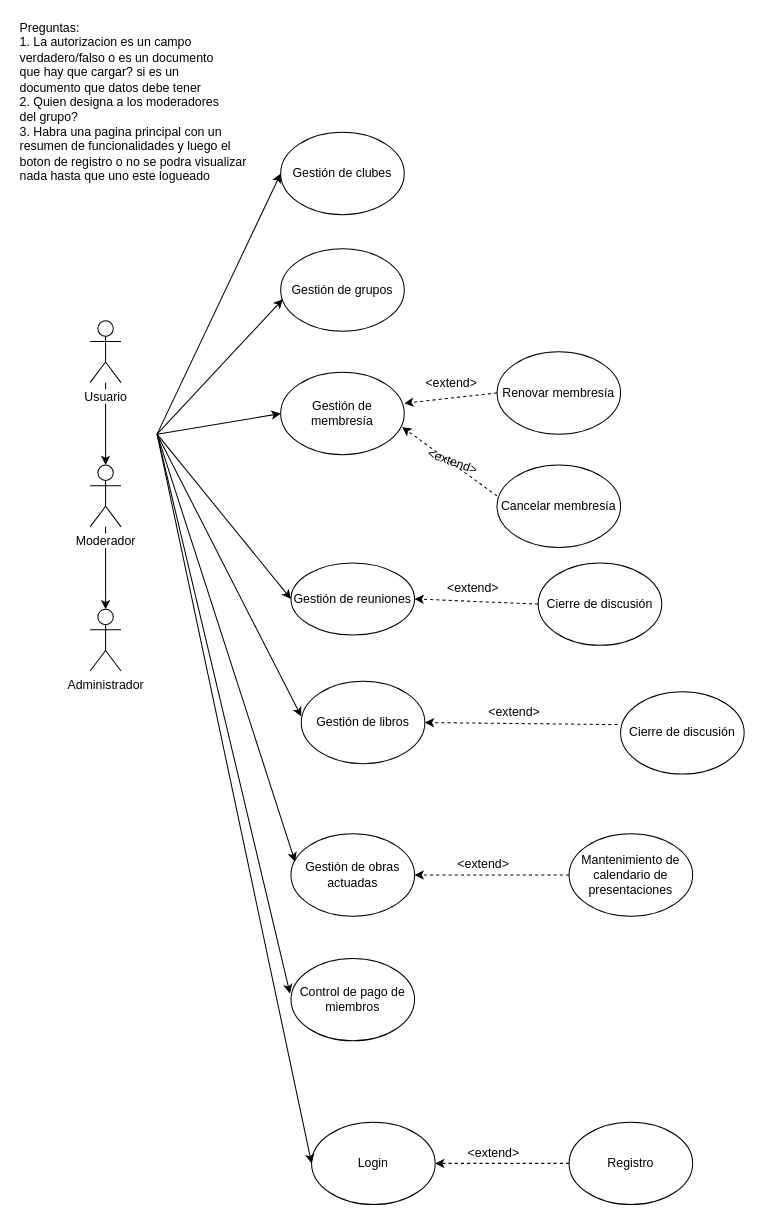
Before: DB I/RC UC.drawio in NeutronBlast/IS-Ex, a draw.io diagram. Source tidied: cells renumbered, new cells numbered last; positions are measured from the earlier drawing's top-left corner, leaving out a move shared by most shapes. Both pictures are drawn from the tidied source at 103%, with x=0, y=0 at pixel (18, 18).
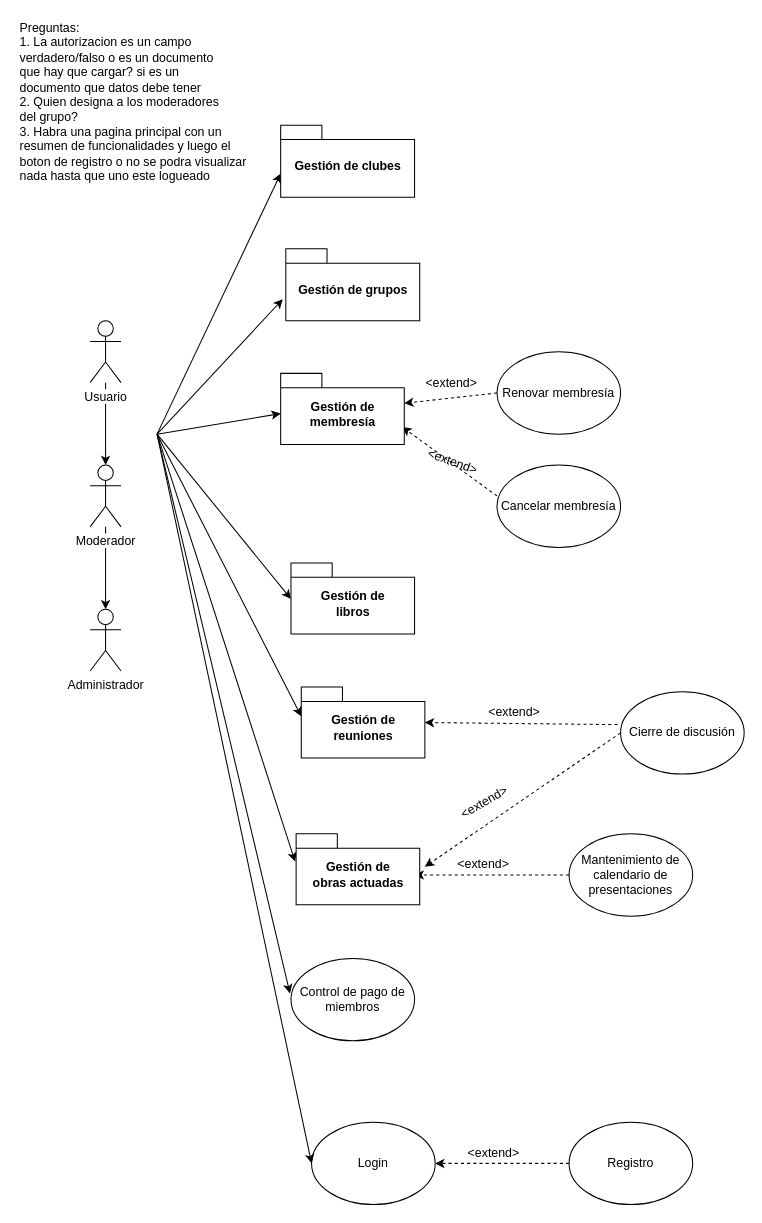
After the change.

Commit message:
added package icons to use cases that have CRUD

The change refers to these unchanged cells:
```xml
<mxCell id="10" value="Renovar membresía" style="ellipse;whiteSpace=wrap;html=1;" parent="1" vertex="1">
  <mxGeometry x="465" y="324" width="120" height="80" as="geometry" />
</mxCell>
<mxCell id="11" value="Cancelar membresía" style="ellipse;whiteSpace=wrap;html=1;" parent="1" vertex="1">
  <mxGeometry x="465" y="434" width="120" height="80" as="geometry" />
</mxCell>
<mxCell id="16" value="Cierre de discusión" style="ellipse;whiteSpace=wrap;html=1;" parent="1" vertex="1">
  <mxGeometry x="585" y="654" width="120" height="80" as="geometry" />
</mxCell>
<mxCell id="19" value="Mantenimiento de calendario de presentaciones" style="ellipse;whiteSpace=wrap;html=1;" parent="1" vertex="1">
  <mxGeometry x="535" y="792" width="120" height="80" as="geometry" />
</mxCell>
```

Diff of the diagram source:
```diff
@@
-    <mxCell id="7" value="Gestión de grupos" style="ellipse;whiteSpace=wrap;html=1;" parent="1" vertex="1">
-      <mxGeometry x="255" y="224" width="120" height="80" as="geometry" />
-    </mxCell>
-    <mxCell id="8" value="Gestión de membresía" style="ellipse;whiteSpace=wrap;html=1;" parent="1" vertex="1">
-      <mxGeometry x="255" y="344" width="120" height="80" as="geometry" />
-    </mxCell>
@@
-    <mxCell id="12" value="Gestión de reuniones" style="ellipse;whiteSpace=wrap;html=1;" parent="1" vertex="1">
-      <mxGeometry x="265" y="529" width="120" height="70" as="geometry" />
-    </mxCell>
-    <mxCell id="13" value="Gestión de libros" style="ellipse;whiteSpace=wrap;html=1;" parent="1" vertex="1">
-      <mxGeometry x="275" y="644" width="120" height="80" as="geometry" />
-    </mxCell>
-    <mxCell id="14" value="Cierre de discusión" style="ellipse;whiteSpace=wrap;html=1;" parent="1" vertex="1">
-      <mxGeometry x="505" y="529" width="120" height="80" as="geometry" />
-    </mxCell>
-    <mxCell id="15" value="Gestión de obras actuadas" style="ellipse;whiteSpace=wrap;html=1;" parent="1" vertex="1">
-      <mxGeometry x="265" y="792" width="120" height="80" as="geometry" />
-    </mxCell>
@@
-    <mxCell id="17" value="Gestión de clubes" style="ellipse;whiteSpace=wrap;html=1;" parent="1" vertex="1">
-      <mxGeometry x="255" y="111" width="120" height="80" as="geometry" />
-    </mxCell>
@@
-    <mxCell id="22" style="endArrow=classic;html=1;entryX=0;entryY=0.5;entryDx=0;entryDy=0;" parent="1" edge="1" target="17">
+    <mxCell id="22" style="endArrow=classic;html=1;entryX=0;entryY=0.5;entryDx=0;entryDy=0;" parent="1" edge="1">
       <mxGeometry relative="1" as="geometry">
         <mxPoint x="135" y="404" as="sourcePoint" />
+        <mxPoint x="255" y="151" as="targetPoint" />
       </mxGeometry>
     </mxCell>
-    <mxCell id="23" style="endArrow=classic;html=1;entryX=0.017;entryY=0.613;entryDx=0;entryDy=0;entryPerimeter=0;" parent="1" edge="1" target="7">
+    <mxCell id="23" style="endArrow=classic;html=1;entryX=0.017;entryY=0.613;entryDx=0;entryDy=0;entryPerimeter=0;" parent="1" edge="1">
       <mxGeometry relative="1" as="geometry">
         <mxPoint x="135" y="404" as="sourcePoint" />
+        <mxPoint x="257" y="273" as="targetPoint" />
       </mxGeometry>
     </mxCell>
-    <mxCell id="24" style="endArrow=classic;html=1;entryX=0;entryY=0.5;entryDx=0;entryDy=0;" parent="1" edge="1" target="8">
+    <mxCell id="24" style="endArrow=classic;html=1;entryX=0;entryY=0.5;entryDx=0;entryDy=0;" parent="1" edge="1">
       <mxGeometry relative="1" as="geometry">
         <mxPoint x="135" y="404" as="sourcePoint" />
+        <mxPoint x="255" y="384" as="targetPoint" />
       </mxGeometry>
     </mxCell>
-    <mxCell id="25" style="endArrow=classic;html=1;entryX=0;entryY=0.5;entryDx=0;entryDy=0;" parent="1" edge="1" target="12">
+    <mxCell id="25" style="endArrow=classic;html=1;entryX=0;entryY=0.5;entryDx=0;entryDy=0;" parent="1" edge="1">
       <mxGeometry relative="1" as="geometry">
         <mxPoint x="135" y="404" as="sourcePoint" />
+        <mxPoint x="265" y="564" as="targetPoint" />
       </mxGeometry>
     </mxCell>
@@
-    <mxCell id="28" style="endArrow=classic;html=1;entryX=0;entryY=0.425;entryDx=0;entryDy=0;entryPerimeter=0;" parent="1" edge="1" target="13">
+    <mxCell id="28" style="endArrow=classic;html=1;entryX=0;entryY=0.425;entryDx=0;entryDy=0;entryPerimeter=0;" parent="1" edge="1">
       <mxGeometry relative="1" as="geometry">
         <mxPoint x="135" y="404" as="sourcePoint" />
+        <mxPoint x="275" y="678" as="targetPoint" />
       </mxGeometry>
     </mxCell>
-    <mxCell id="29" style="endArrow=classic;html=1;entryX=0.033;entryY=0.338;entryDx=0;entryDy=0;entryPerimeter=0;" parent="1" edge="1" target="15">
+    <mxCell id="29" style="endArrow=classic;html=1;entryX=0.033;entryY=0.338;entryDx=0;entryDy=0;entryPerimeter=0;" parent="1" edge="1">
       <mxGeometry relative="1" as="geometry">
         <mxPoint x="135" y="404" as="sourcePoint" />
+        <mxPoint x="269" y="819" as="targetPoint" />
       </mxGeometry>
     </mxCell>
-    <mxCell id="30" style="endArrow=classic;html=1;exitX=0;exitY=0.5;exitDx=0;exitDy=0;entryX=1;entryY=0.375;entryDx=0;entryDy=0;entryPerimeter=0;dashed=1;" parent="1" edge="1" source="10" target="8">
-      <mxGeometry relative="1" as="geometry" />
+    <mxCell id="30" style="endArrow=classic;html=1;exitX=0;exitY=0.5;exitDx=0;exitDy=0;entryX=1;entryY=0.375;entryDx=0;entryDy=0;entryPerimeter=0;dashed=1;" parent="1" edge="1" source="10">
+      <mxGeometry relative="1" as="geometry">
+        <mxPoint x="375" y="374" as="targetPoint" />
+      </mxGeometry>
     </mxCell>
-    <mxCell id="31" style="endArrow=classic;html=1;exitX=0;exitY=0.375;exitDx=0;exitDy=0;dashed=1;exitPerimeter=0;entryX=0.983;entryY=0.663;entryDx=0;entryDy=0;entryPerimeter=0;" parent="1" edge="1" source="11" target="8">
-      <mxGeometry relative="1" as="geometry" />
+    <mxCell id="31" style="endArrow=classic;html=1;exitX=0;exitY=0.375;exitDx=0;exitDy=0;dashed=1;exitPerimeter=0;entryX=0.983;entryY=0.663;entryDx=0;entryDy=0;entryPerimeter=0;" parent="1" edge="1" source="11">
+      <mxGeometry relative="1" as="geometry">
+        <mxPoint x="373" y="397" as="targetPoint" />
+      </mxGeometry>
     </mxCell>
-    <mxCell id="32" style="endArrow=classic;html=1;exitX=0;exitY=0.5;exitDx=0;exitDy=0;dashed=1;entryX=1;entryY=0.5;entryDx=0;entryDy=0;" parent="1" edge="1" source="14" target="12">
-      <mxGeometry relative="1" as="geometry" />
-    </mxCell>
-    <mxCell id="33" style="endArrow=classic;html=1;exitX=-0.025;exitY=0.4;exitDx=0;exitDy=0;dashed=1;entryX=1;entryY=0.5;entryDx=0;entryDy=0;exitPerimeter=0;" parent="1" edge="1" source="16" target="13">
-      <mxGeometry relative="1" as="geometry" />
+    <mxCell id="33" style="endArrow=classic;html=1;exitX=-0.025;exitY=0.4;exitDx=0;exitDy=0;dashed=1;entryX=1;entryY=0.5;entryDx=0;entryDy=0;exitPerimeter=0;" parent="1" edge="1" source="16">
+      <mxGeometry relative="1" as="geometry">
+        <mxPoint x="395" y="684" as="targetPoint" />
+      </mxGeometry>
     </mxCell>
-    <mxCell id="34" style="endArrow=classic;html=1;exitX=0;exitY=0.5;exitDx=0;exitDy=0;dashed=1;entryX=1;entryY=0.5;entryDx=0;entryDy=0;" parent="1" edge="1" source="19" target="15">
-      <mxGeometry relative="1" as="geometry" />
+    <mxCell id="34" style="endArrow=classic;html=1;exitX=0;exitY=0.5;exitDx=0;exitDy=0;dashed=1;entryX=1;entryY=0.5;entryDx=0;entryDy=0;" parent="1" edge="1" source="19">
+      <mxGeometry relative="1" as="geometry">
+        <mxPoint x="385" y="832" as="targetPoint" />
+      </mxGeometry>
     </mxCell>
@@
-    <mxCell id="38" value="&amp;lt;extend&amp;gt;" style="text;html=1;align=left;verticalAlign=top;spacingTop=-4;" parent="1" vertex="1">
-      <mxGeometry x="415" y="544" width="70" height="20" as="geometry" />
-    </mxCell>
@@
+    <mxCell id="17" value="Gestión de clubes" style="shape=folder;fontStyle=1;spacingTop=10;tabWidth=40;tabHeight=14;tabPosition=left;html=1;" parent="1" vertex="1">
+      <mxGeometry x="255" y="104" width="130" height="70" as="geometry" />
+    </mxCell>
+    <mxCell id="7" value="Gestión de grupos" style="shape=folder;fontStyle=1;spacingTop=10;tabWidth=40;tabHeight=14;tabPosition=left;html=1;" parent="1" vertex="1">
+      <mxGeometry x="260" y="224" width="130" height="70" as="geometry" />
+    </mxCell>
+    <mxCell id="8" value="Gestión de &lt;br&gt;membresía" style="shape=folder;fontStyle=1;spacingTop=10;tabWidth=40;tabHeight=14;tabPosition=left;html=1;" parent="1" vertex="1">
+      <mxGeometry x="255" y="345" width="120" height="69" as="geometry" />
+    </mxCell>
+    <mxCell id="13" value="Gestión de &lt;br&gt;libros" style="shape=folder;fontStyle=1;spacingTop=10;tabWidth=40;tabHeight=14;tabPosition=left;html=1;" parent="1" vertex="1">
+      <mxGeometry x="265" y="529" width="120" height="69" as="geometry" />
+    </mxCell>
+    <mxCell id="12" value="Gestión de &lt;br&gt;reuniones" style="shape=folder;fontStyle=1;spacingTop=10;tabWidth=40;tabHeight=14;tabPosition=left;html=1;" parent="1" vertex="1">
+      <mxGeometry x="275" y="649.5" width="120" height="69" as="geometry" />
+    </mxCell>
+    <mxCell id="15" value="Gestión de &lt;br&gt;obras actuadas" style="shape=folder;fontStyle=1;spacingTop=10;tabWidth=40;tabHeight=14;tabPosition=left;html=1;" parent="1" vertex="1">
+      <mxGeometry x="270" y="792" width="120" height="69" as="geometry" />
+    </mxCell>
+    <mxCell id="42" style="endArrow=classic;html=1;exitX=0;exitY=0.5;exitDx=0;exitDy=0;dashed=1;" parent="1" edge="1" source="16">
+      <mxGeometry relative="1" as="geometry">
+        <mxPoint x="395" y="824" as="targetPoint" />
+      </mxGeometry>
+    </mxCell>
+    <mxCell id="38" value="&amp;lt;extend&amp;gt;" style="text;html=1;align=left;verticalAlign=top;spacingTop=-4;rotation=-30;" parent="1" vertex="1">
+      <mxGeometry x="425" y="748" width="70" height="20" as="geometry" />
+    </mxCell>
```
